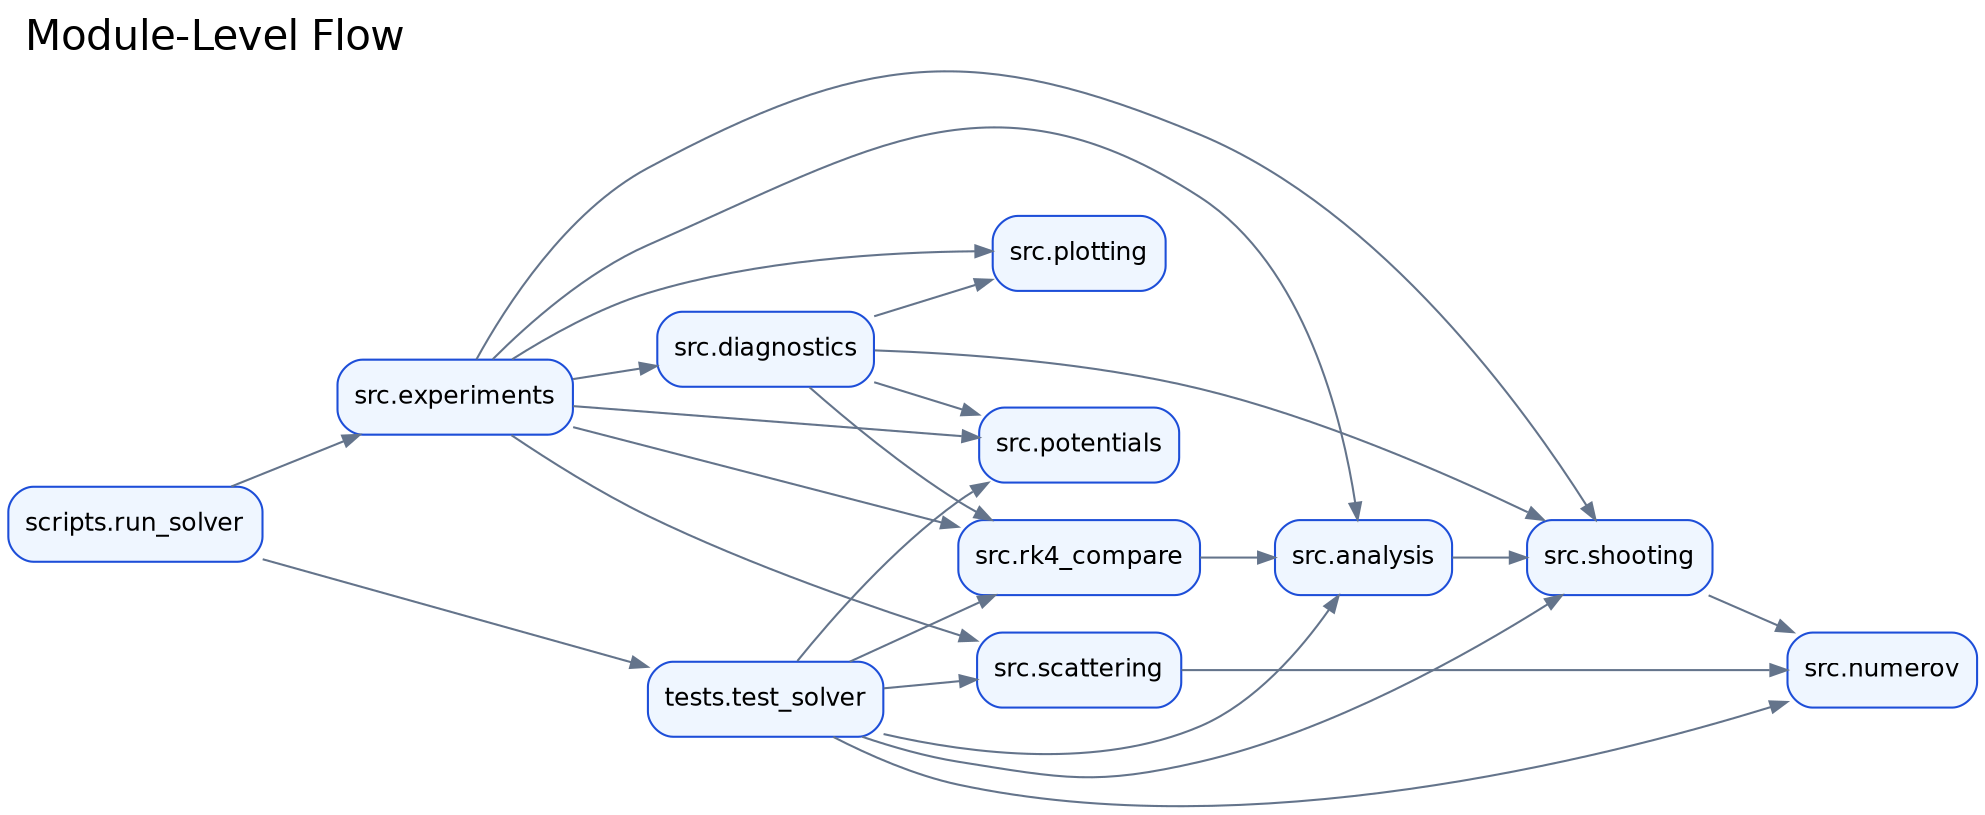
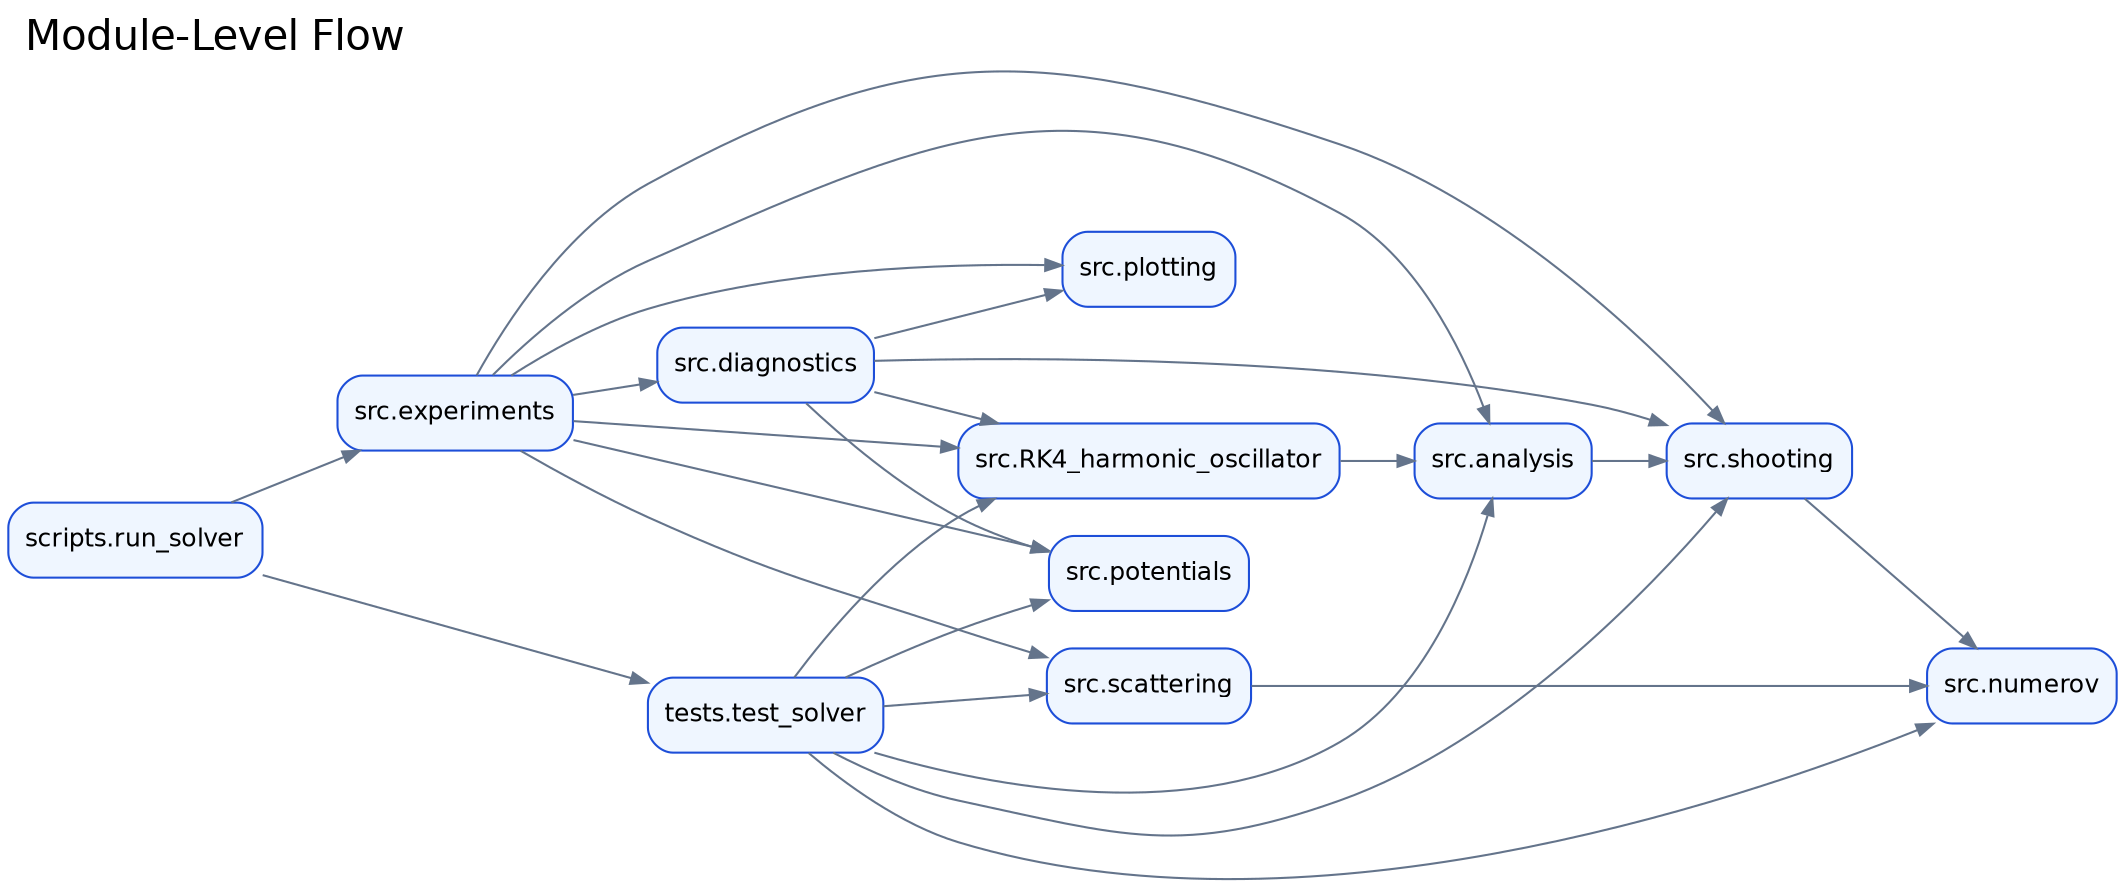
digraph G {
  rankdir="LR";
  graph [labeljust="l", labelloc="t", fontsize=20, fontname="Helvetica"];
  label="Module-Level Flow";
  node [shape=box, style="rounded,filled", fillcolor="#EFF6FF", color="#1D4ED8", fontname="Helvetica", fontsize=12];
  edge [color="#64748B", arrowsize=0.8];
  scripts_run_solver [label="scripts.run_solver"];
+   src_RK4_harmonic_oscillator [label="src.RK4_harmonic_oscillator"];
  src_analysis [label="src.analysis"];
  src_diagnostics [label="src.diagnostics"];
  src_experiments [label="src.experiments"];
  src_numerov [label="src.numerov"];
  src_plotting [label="src.plotting"];
  src_potentials [label="src.potentials"];
-   src_rk4_compare [label="src.rk4_compare"];
  src_scattering [label="src.scattering"];
  src_shooting [label="src.shooting"];
  tests_test_solver [label="tests.test_solver"];
  scripts_run_solver -> src_experiments;
  scripts_run_solver -> tests_test_solver;
+   src_RK4_harmonic_oscillator -> src_analysis;
  src_analysis -> src_shooting;
+   src_diagnostics -> src_RK4_harmonic_oscillator;
  src_diagnostics -> src_plotting;
  src_diagnostics -> src_potentials;
-   src_diagnostics -> src_rk4_compare;
  src_diagnostics -> src_shooting;
+   src_experiments -> src_RK4_harmonic_oscillator;
  src_experiments -> src_analysis;
  src_experiments -> src_diagnostics;
  src_experiments -> src_plotting;
  src_experiments -> src_potentials;
-   src_experiments -> src_rk4_compare;
  src_experiments -> src_scattering;
  src_experiments -> src_shooting;
-   src_rk4_compare -> src_analysis;
  src_scattering -> src_numerov;
  src_shooting -> src_numerov;
+   tests_test_solver -> src_RK4_harmonic_oscillator;
  tests_test_solver -> src_analysis;
  tests_test_solver -> src_numerov;
  tests_test_solver -> src_potentials;
-   tests_test_solver -> src_rk4_compare;
  tests_test_solver -> src_scattering;
  tests_test_solver -> src_shooting;
}
